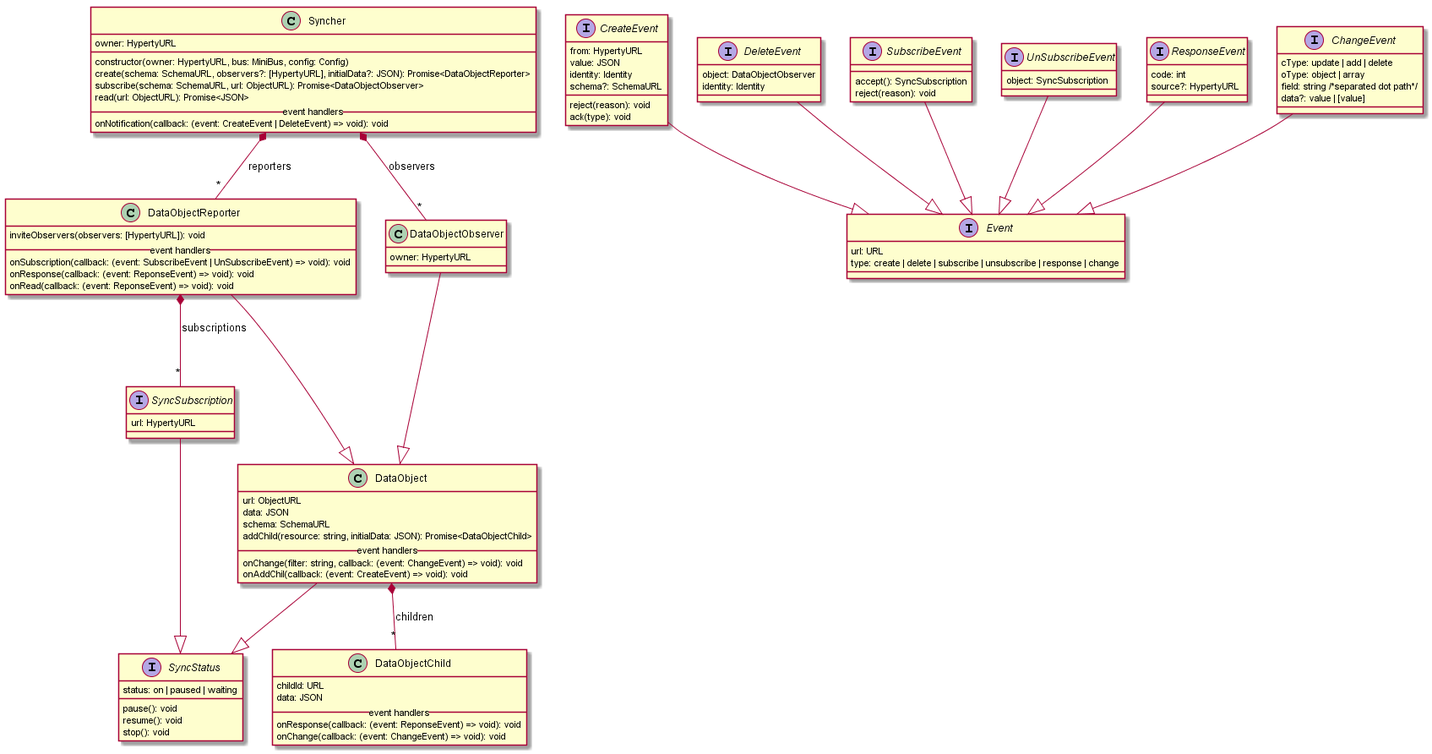
reTHINK-project/dev-service-framework keeps this PlantUML diagram as docs/specs/service-framework/SyncherManager.png. Above is the earlier version.
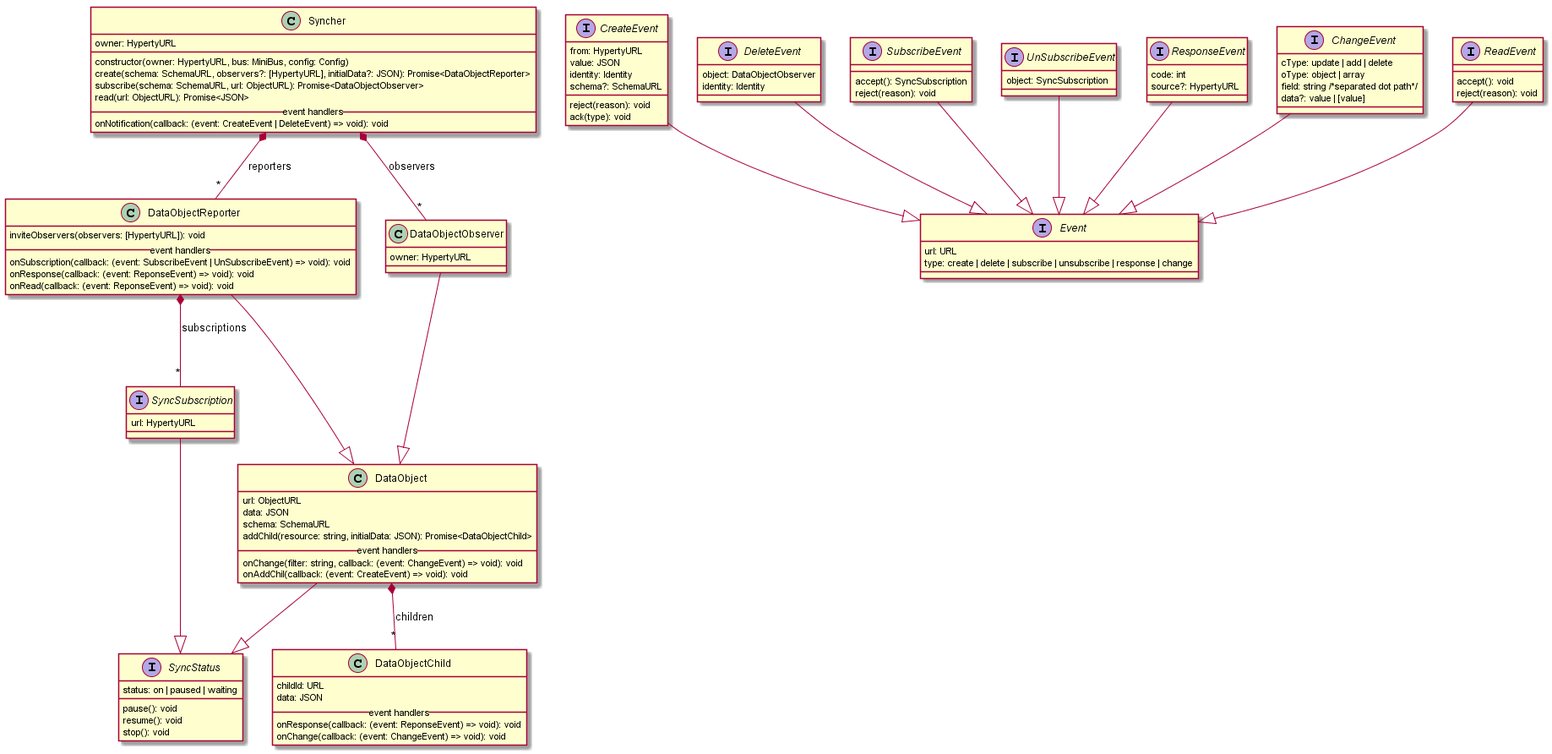
The same file after the commit.

Change to the diagram source:
```diff
@@ -92,12 +92,18 @@
   data?: value | [value]
 }
 
+interface ReadEvent {
+  accept(): void
+  reject(reason): void
+}
+
 CreateEvent --|> Event
 DeleteEvent --|> Event
 SubscribeEvent --|> Event
 UnSubscribeEvent --|> Event
 ResponseEvent --|> Event
 ChangeEvent --|> Event
+ReadEvent --|> Event
 
 SyncSubscription --|> SyncStatus
 
```
